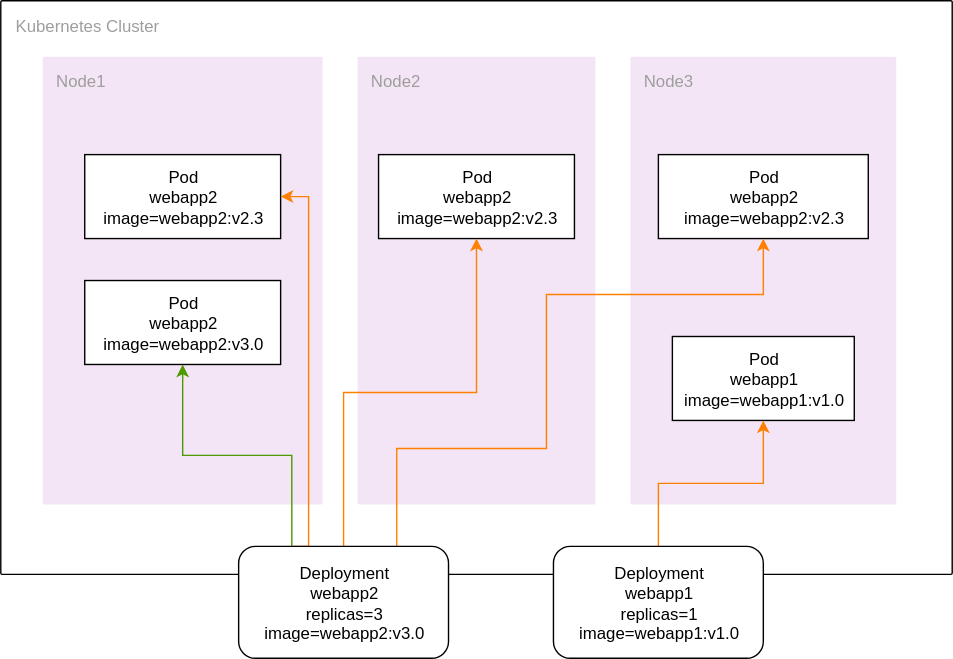
Before: presentations/kubernetes_basics/images/deployment_update1.svg, a diagram exported from draw.io (marratj/devops-hof). Source tidied: cells renumbered, new cells last; positions are measured from the earlier drawing's top-left corner, leaving out a move shared by most shapes.
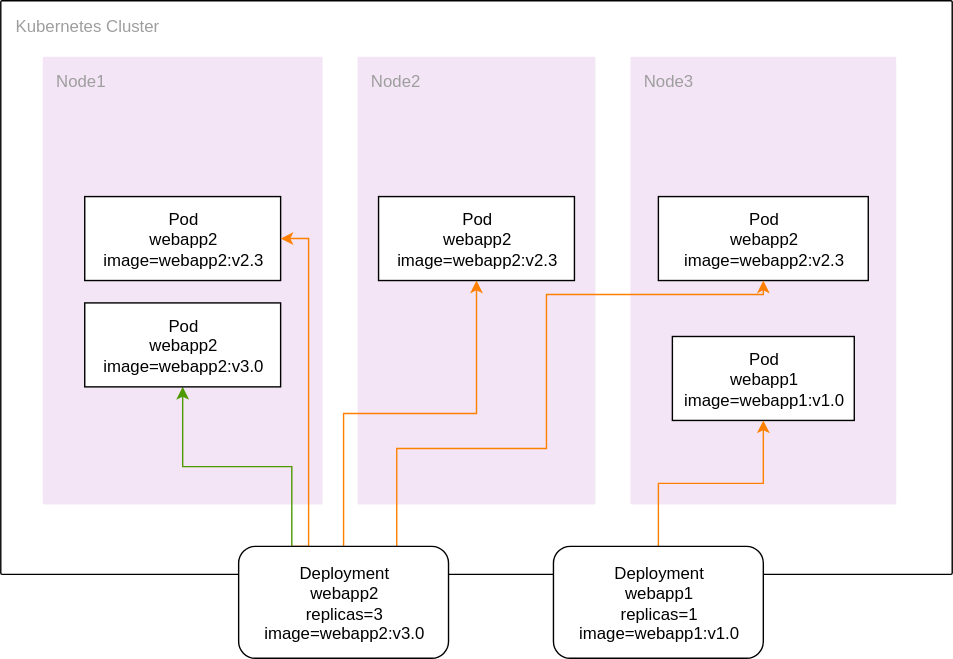
The same file after the commit.

The edit, as a diff of the source:
```diff
@@ -18,10 +18,10 @@
       <mxGeometry x="480" y="240" width="130" height="60" as="geometry" />
     </mxCell>
     <mxCell id="7" value="Pod&lt;br&gt;webapp2&lt;br&gt;image=webapp2:v2.3&lt;br&gt;" style="rounded=0;whiteSpace=wrap;html=1;" parent="1" vertex="1">
-      <mxGeometry x="60" y="110" width="140" height="60" as="geometry" />
+      <mxGeometry x="60" y="140" width="140" height="60" as="geometry" />
     </mxCell>
     <mxCell id="8" value="Pod&lt;br&gt;webapp2&lt;br&gt;image=webapp2:v2.3&lt;br&gt;" style="rounded=0;whiteSpace=wrap;html=1;" parent="1" vertex="1">
-      <mxGeometry x="270" y="110" width="140" height="60" as="geometry" />
+      <mxGeometry x="270" y="140" width="140" height="60" as="geometry" />
     </mxCell>
     <mxCell id="9" style="edgeStyle=orthogonalEdgeStyle;rounded=0;jettySize=auto;html=1;exitX=0.5;exitY=0;exitDx=0;exitDy=0;strokeColor=#FF8000;" parent="1" edge="1" source="10" target="6">
       <mxGeometry relative="1" as="geometry" />
@@ -30,37 +30,37 @@
       <mxGeometry x="395" y="390" width="150" height="80" as="geometry" />
     </mxCell>
     <mxCell id="11" value="Pod&lt;br&gt;webapp2&lt;br&gt;image=webapp2:v2.3&lt;br&gt;" style="rounded=0;whiteSpace=wrap;html=1;" parent="1" vertex="1">
-      <mxGeometry x="470" y="110" width="150" height="60" as="geometry" />
+      <mxGeometry x="470" y="140" width="150" height="60" as="geometry" />
     </mxCell>
-    <mxCell id="12" style="edgeStyle=orthogonalEdgeStyle;rounded=0;jettySize=auto;html=1;exitX=0.25;exitY=0;exitDx=0;exitDy=0;strokeColor=#FF8000;" parent="1" edge="1" source="16" target="7">
-      <mxGeometry relative="1" as="geometry">
-        <Array as="points">
-          <mxPoint x="220" y="390" />
-          <mxPoint x="220" y="140" />
-        </Array>
-      </mxGeometry>
+    <mxCell id="12" style="edgeStyle=orthogonalEdgeStyle;rounded=0;jettySize=auto;html=1;exitX=0.5;exitY=0;exitDx=0;exitDy=0;entryX=0.5;entryY=1;entryDx=0;entryDy=0;strokeColor=#FF8000;" parent="1" edge="1" source="16" target="8">
+      <mxGeometry relative="1" as="geometry" />
     </mxCell>
-    <mxCell id="13" style="edgeStyle=orthogonalEdgeStyle;rounded=0;jettySize=auto;html=1;exitX=0.5;exitY=0;exitDx=0;exitDy=0;entryX=0.5;entryY=1;entryDx=0;entryDy=0;strokeColor=#FF8000;" parent="1" edge="1" source="16" target="8">
-      <mxGeometry relative="1" as="geometry" />
+    <mxCell id="13" style="edgeStyle=orthogonalEdgeStyle;rounded=0;jettySize=auto;html=1;exitX=0.75;exitY=0;exitDx=0;exitDy=0;entryX=0.5;entryY=1;entryDx=0;entryDy=0;strokeColor=#FF8000;" parent="1" edge="1" source="16" target="11">
+      <mxGeometry relative="1" as="geometry">
+        <Array as="points">
+          <mxPoint x="283" y="320" />
+          <mxPoint x="390" y="320" />
+          <mxPoint x="390" y="210" />
+          <mxPoint x="545" y="210" />
+        </Array>
+      </mxGeometry>
     </mxCell>
-    <mxCell id="14" style="edgeStyle=orthogonalEdgeStyle;rounded=0;jettySize=auto;html=1;exitX=0.75;exitY=0;exitDx=0;exitDy=0;entryX=0.5;entryY=1;entryDx=0;entryDy=0;strokeColor=#FF8000;" parent="1" edge="1" source="16" target="11">
-      <mxGeometry relative="1" as="geometry">
-        <Array as="points">
-          <mxPoint x="283" y="320" />
-          <mxPoint x="390" y="320" />
-          <mxPoint x="390" y="210" />
-          <mxPoint x="545" y="210" />
-        </Array>
-      </mxGeometry>
+    <mxCell id="14" style="edgeStyle=orthogonalEdgeStyle;rounded=0;jettySize=auto;html=1;exitX=0.25;exitY=0;exitDx=0;exitDy=0;entryX=0.5;entryY=1;entryDx=0;entryDy=0;strokeColor=#4D9900;" parent="1" edge="1" source="16" target="17">
+      <mxGeometry relative="1" as="geometry" />
     </mxCell>
-    <mxCell id="15" style="edgeStyle=orthogonalEdgeStyle;rounded=0;jettySize=auto;html=1;exitX=0.25;exitY=0;exitDx=0;exitDy=0;entryX=0.5;entryY=1;entryDx=0;entryDy=0;strokeColor=#4D9900;" parent="1" edge="1" source="16" target="17">
-      <mxGeometry relative="1" as="geometry" />
+    <mxCell id="15" style="edgeStyle=orthogonalEdgeStyle;rounded=0;jettySize=auto;html=1;exitX=0.25;exitY=0;exitDx=0;exitDy=0;entryX=1;entryY=0.5;entryDx=0;entryDy=0;strokeColor=#FF8000;" parent="1" edge="1" source="16" target="7">
+      <mxGeometry relative="1" as="geometry">
+        <Array as="points">
+          <mxPoint x="220" y="390" />
+          <mxPoint x="220" y="170" />
+        </Array>
+      </mxGeometry>
     </mxCell>
     <mxCell id="16" value="Deployment&lt;br&gt;webapp2&lt;br&gt;replicas=3&lt;br&gt;image=webapp2:v3.0&lt;br&gt;" style="rounded=1;whiteSpace=wrap;html=1;" parent="1" vertex="1">
       <mxGeometry x="170" y="390" width="150" height="80" as="geometry" />
     </mxCell>
     <mxCell id="17" value="Pod&lt;br&gt;webapp2&lt;br&gt;image=webapp2:v3.0&lt;br&gt;" style="rounded=0;whiteSpace=wrap;html=1;" parent="1" vertex="1">
-      <mxGeometry x="60" y="200" width="140" height="60" as="geometry" />
+      <mxGeometry x="60" y="216" width="140" height="60" as="geometry" />
     </mxCell>
   </root>
 </mxGraphModel>
```
